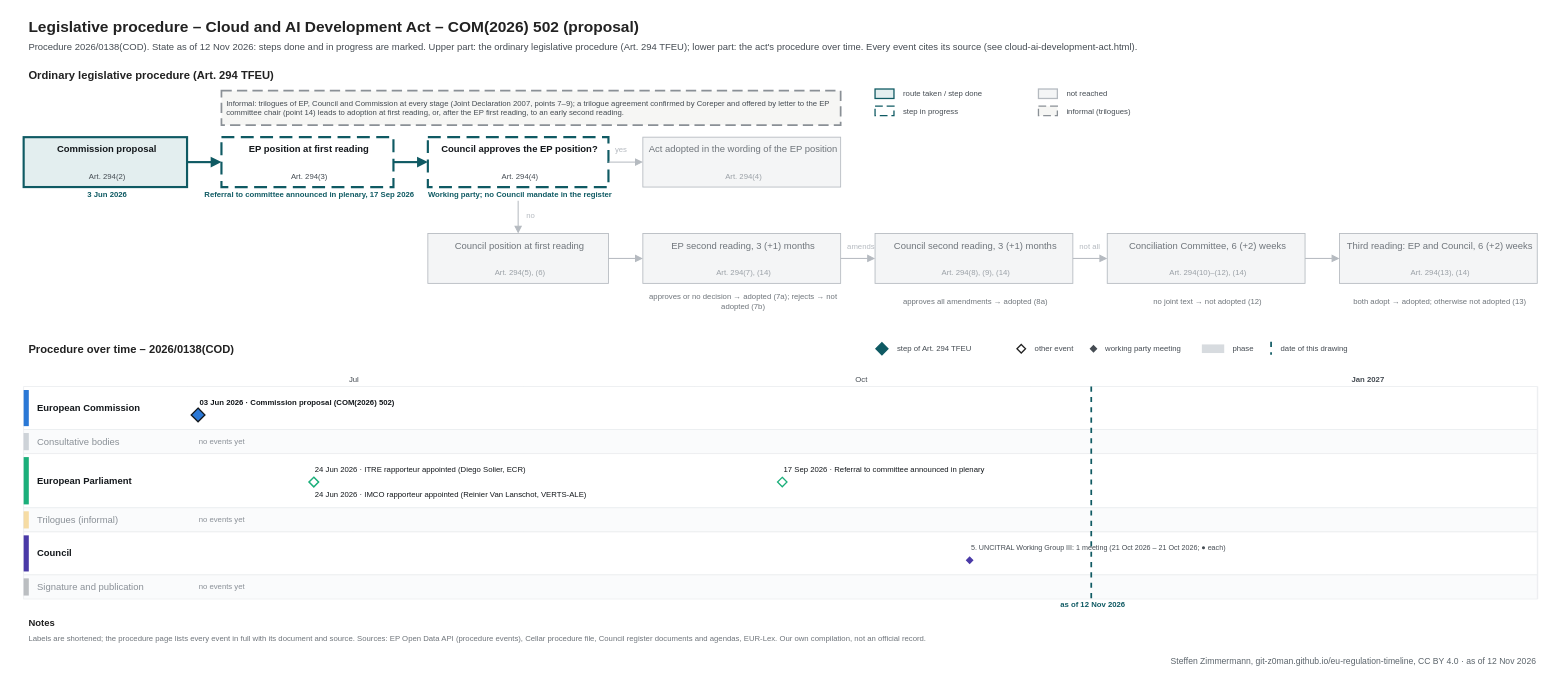
Above: procedures/cloud-ai-development-act.drawio in git-z0man/eu-regulation-timeline (draw.io), before the change. Source tidied: cells renumbered, new cells numbered last; positions are measured from the earlier drawing's top-left corner, leaving out a move shared by most shapes. Both pictures are drawn from the tidied source at 86%, with x=0, y=0 at pixel (15, 15).
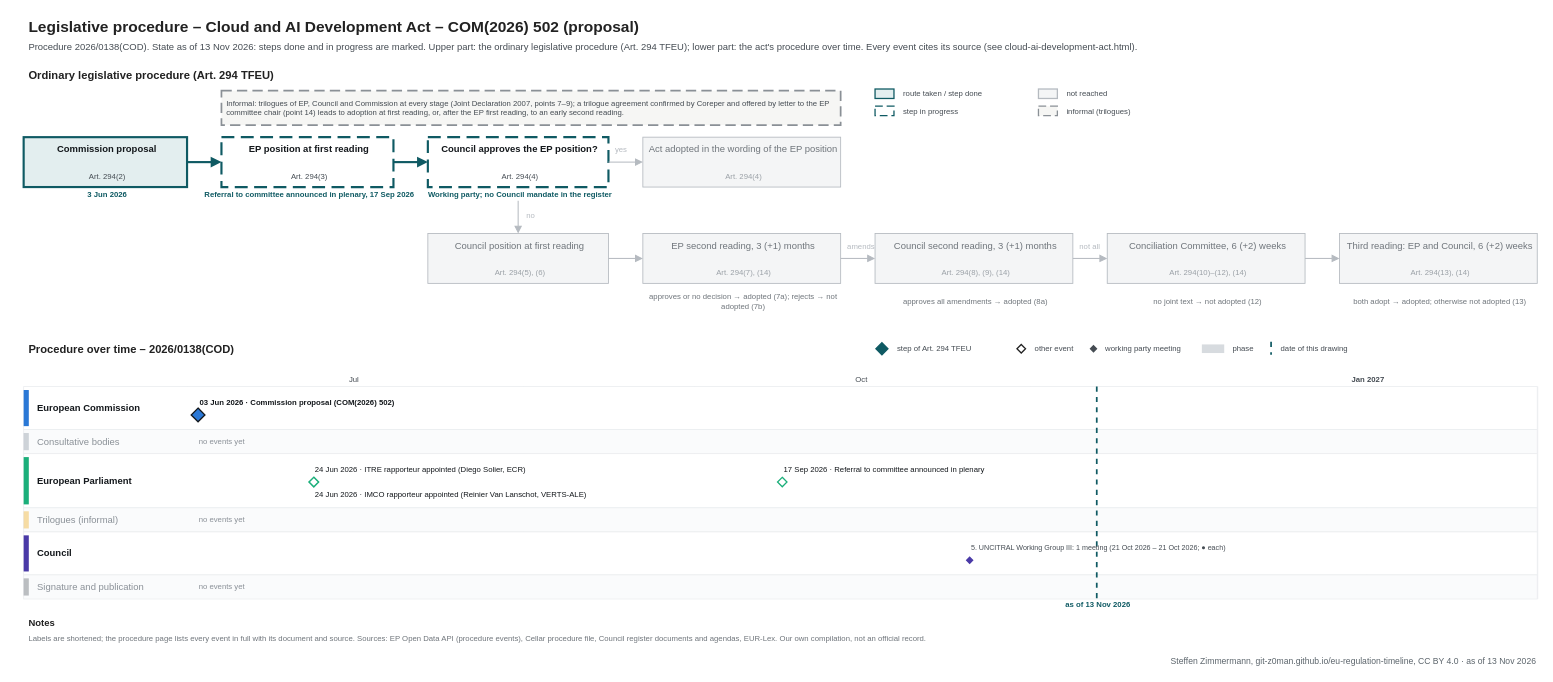
The same diagram, later.

Change to the diagram source:
```diff
@@
-    <mxCell id="3" value="Procedure 2026/0138(COD). State as of 12 Nov 2026: steps done and in progress are marked. Upper part: the ordinary legislative procedure (Art. 294 TFEU); lower part: the act's procedure over time. Every event cites its source (see cloud-ai-development-act.html)." style="text;html=1;fontSize=11;fontColor=#454c53;align=left;verticalAlign=middle;spacingLeft=4;" parent="1" vertex="1">
+    <mxCell id="3" value="Procedure 2026/0138(COD). State as of 13 Nov 2026: steps done and in progress are marked. Upper part: the ordinary legislative procedure (Art. 294 TFEU); lower part: the act's procedure over time. Every event cites its source (see cloud-ai-development-act.html)." style="text;html=1;fontSize=11;fontColor=#454c53;align=left;verticalAlign=middle;spacingLeft=4;" parent="1" vertex="1">
       <mxGeometry x="10" y="28" width="1700" height="18" as="geometry" />
     </mxCell>
@@
     <mxCell id="105" style="line;html=1;strokeWidth=2;strokeColor=#0f5a63;direction=south;dashed=1;" parent="1" vertex="1">
-      <mxGeometry x="1250.9" y="432" width="1" height="247" as="geometry" />
+      <mxGeometry x="1257.3" y="432" width="1" height="247" as="geometry" />
     </mxCell>
-    <mxCell id="106" value="as of 12 Nov 2026" style="text;html=1;fontSize=9;fontColor=#0f5a63;align=center;verticalAlign=middle;spacingLeft=4;fontStyle=1;" parent="1" vertex="1">
-      <mxGeometry x="1190.9" y="680" width="120" height="12" as="geometry" />
+    <mxCell id="106" value="as of 13 Nov 2026" style="text;html=1;fontSize=9;fontColor=#0f5a63;align=center;verticalAlign=middle;spacingLeft=4;fontStyle=1;" parent="1" vertex="1">
+      <mxGeometry x="1197.3" y="680" width="120" height="12" as="geometry" />
     </mxCell>
@@
-    <mxCell id="119" value="Steffen Zimmermann, git-z0man.github.io/eu-regulation-timeline, CC BY 4.0 · as of 12 Nov 2026" style="text;html=1;fontSize=10;fontColor=#5b646b;align=right;verticalAlign=middle;spacingLeft=4;" parent="1" vertex="1">
+    <mxCell id="119" value="Steffen Zimmermann, git-z0man.github.io/eu-regulation-timeline, CC BY 4.0 · as of 13 Nov 2026" style="text;html=1;fontSize=10;fontColor=#5b646b;align=right;verticalAlign=middle;spacingLeft=4;" parent="1" vertex="1">
       <mxGeometry x="10" y="743" width="1760" height="16" as="geometry" />
     </mxCell>
```
